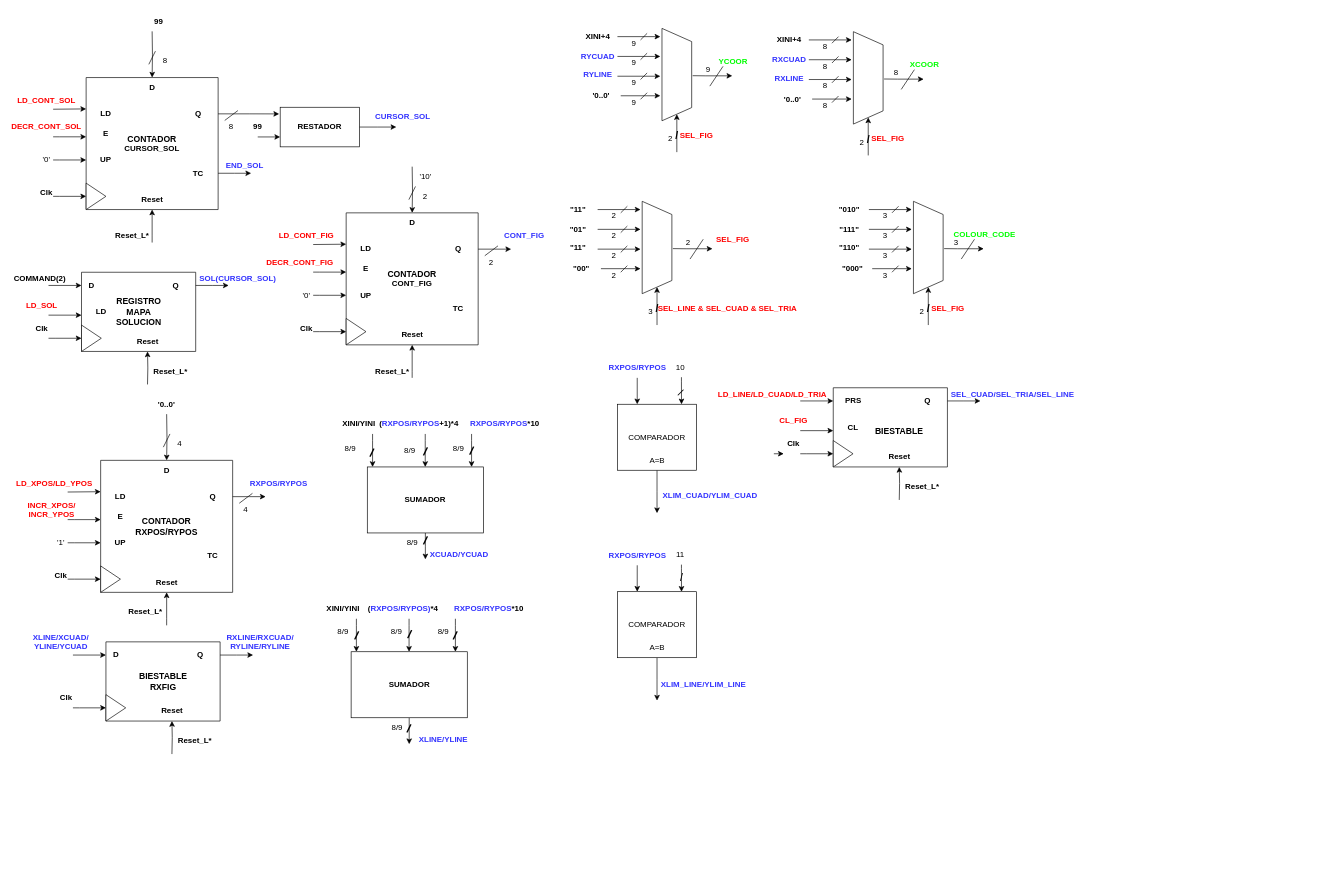
The draw.io diagram DiagramasDisenio/FicherosDrawio/NONO_GRAPHICS_UP.drawio in DASDNonograma/Nonograma, before the edit. Source tidied: cells renumbered, new cells numbered last; positions are measured from the earlier drawing's top-left corner, leaving out a move shared by most shapes. Both pictures are drawn from the tidied source at 66%, with x=0, y=0 at pixel (12, 11).
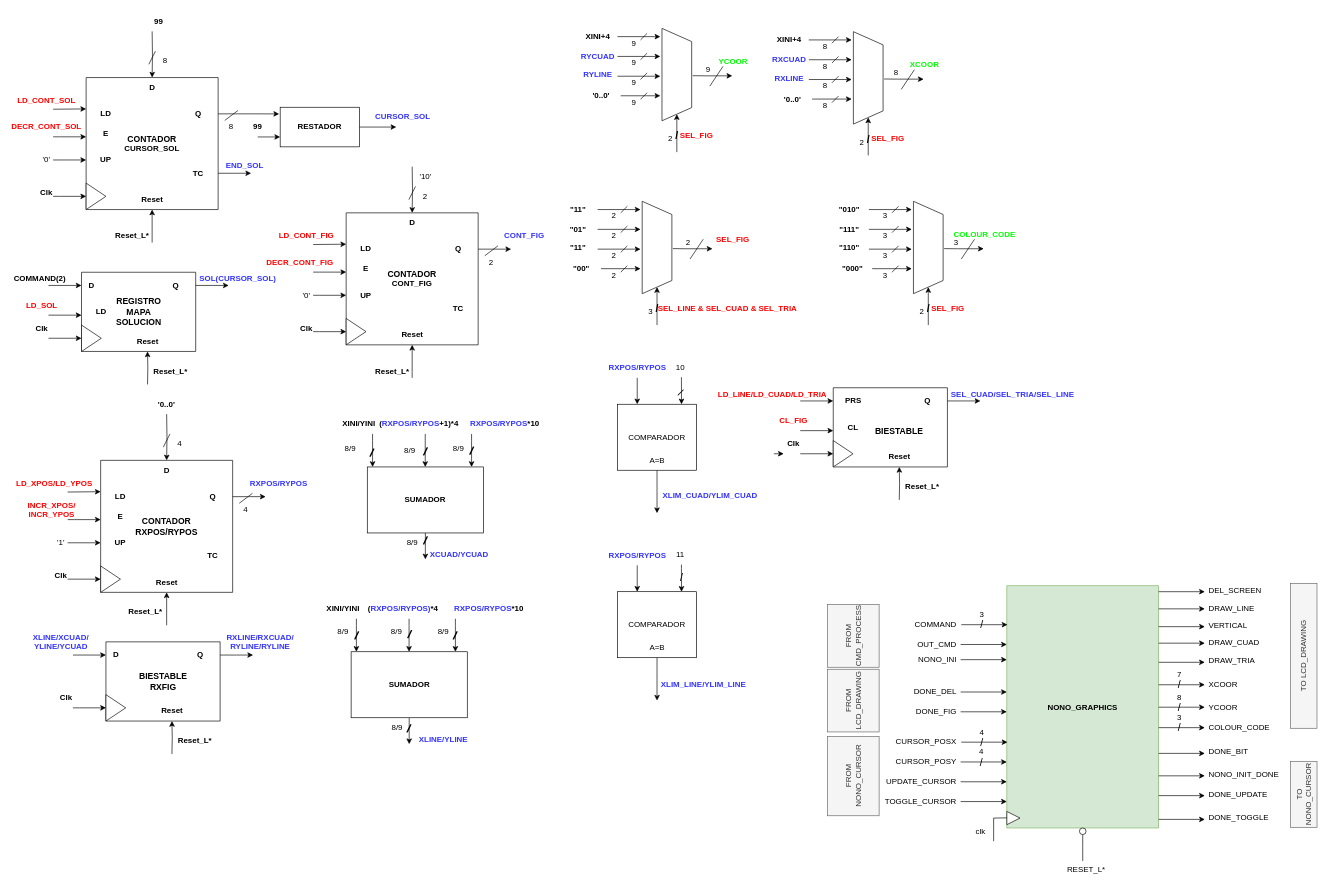
Above is the later version.

Change to the diagram source:
```diff
@@
+    <mxCell id="293" value="NONO_GRAPHICS" style="rounded=0;whiteSpace=wrap;html=1;fontStyle=1;fillColor=#d5e8d4;strokeColor=#82b366;" parent="1" vertex="1">
+      <mxGeometry x="1507" y="870" width="230" height="367" as="geometry" />
+    </mxCell>
+    <mxCell id="294" style="triangle;whiteSpace=wrap;html=1;" parent="1" vertex="1">
+      <mxGeometry x="1507" y="1212" width="20" height="20" as="geometry" />
+    </mxCell>
+    <mxCell id="295" style="edgeStyle=none;orthogonalLoop=1;jettySize=auto;html=1;rounded=0;endArrow=none;endFill=0;" parent="1" edge="1">
+      <mxGeometry relative="1" as="geometry">
+        <mxPoint x="1487" y="1257" as="sourcePoint" />
+        <mxPoint x="1507" y="1221.7" as="targetPoint" />
+        <Array as="points">
+          <mxPoint x="1487" y="1222" />
+        </Array>
+      </mxGeometry>
+    </mxCell>
+    <mxCell id="296" value="clk" style="text;html=1;align=center;verticalAlign=middle;strokeColor=none;fillColor=none;" parent="1" vertex="1">
+      <mxGeometry x="1447" y="1227" width="40" height="30" as="geometry" />
+    </mxCell>
+    <mxCell id="297" style="edgeStyle=orthogonalEdgeStyle;rounded=0;jettySize=auto;html=1;startArrow=none;startFill=0;endArrow=none;endFill=0;" parent="1" edge="1" source="298">
+      <mxGeometry relative="1" as="geometry">
+        <mxPoint x="1622" y="1287" as="targetPoint" />
+      </mxGeometry>
+    </mxCell>
+    <mxCell id="298" style="ellipse;whiteSpace=wrap;html=1;" parent="1" vertex="1">
+      <mxGeometry x="1617" y="1237" width="10" height="10" as="geometry" />
+    </mxCell>
+    <mxCell id="299" value="RESET_L*" style="text;html=1;align=center;verticalAlign=middle;strokeColor=none;fillColor=none;" parent="1" vertex="1">
+      <mxGeometry x="1587" y="1285" width="80" height="30" as="geometry" />
+    </mxCell>
+    <mxCell id="300" style="edgeStyle=none;orthogonalLoop=1;jettySize=auto;html=1;rounded=0;" parent="1" edge="1">
+      <mxGeometry relative="1" as="geometry">
+        <mxPoint x="1438" y="929" as="sourcePoint" />
+        <mxPoint x="1508" y="929" as="targetPoint" />
+      </mxGeometry>
+    </mxCell>
+    <mxCell id="301" value="/" style="text;html=1;align=center;verticalAlign=middle;strokeColor=none;fillColor=none;fontStyle=0;fontSize=16;" parent="1" vertex="1">
+      <mxGeometry x="1454" y="914" width="30" height="30" as="geometry" />
+    </mxCell>
+    <mxCell id="302" value="3" style="text;html=1;align=center;verticalAlign=middle;strokeColor=none;fillColor=none;" parent="1" vertex="1">
+      <mxGeometry x="1454" y="899" width="30" height="30" as="geometry" />
+    </mxCell>
+    <mxCell id="303" style="edgeStyle=none;orthogonalLoop=1;jettySize=auto;html=1;rounded=0;" parent="1" edge="1">
+      <mxGeometry relative="1" as="geometry">
+        <mxPoint x="1437" y="959" as="sourcePoint" />
+        <mxPoint x="1507" y="959" as="targetPoint" />
+      </mxGeometry>
+    </mxCell>
+    <mxCell id="304" value="OUT_CMD" style="text;html=1;align=right;verticalAlign=middle;strokeColor=none;fillColor=none;" parent="1" vertex="1">
+      <mxGeometry x="1352" y="944" width="80" height="30" as="geometry" />
+    </mxCell>
+    <mxCell id="305" style="edgeStyle=none;orthogonalLoop=1;jettySize=auto;html=1;rounded=0;" parent="1" edge="1">
+      <mxGeometry relative="1" as="geometry">
+        <mxPoint x="1437" y="1031" as="sourcePoint" />
+        <mxPoint x="1507" y="1031" as="targetPoint" />
+      </mxGeometry>
+    </mxCell>
+    <mxCell id="306" value="DONE_DEL" style="text;html=1;align=right;verticalAlign=middle;strokeColor=none;fillColor=none;" parent="1" vertex="1">
+      <mxGeometry x="1342" y="1016" width="90" height="30" as="geometry" />
+    </mxCell>
+    <mxCell id="307" value="COMMAND" style="text;html=1;align=right;verticalAlign=middle;strokeColor=none;fillColor=none;" parent="1" vertex="1">
+      <mxGeometry x="1342" y="914" width="90" height="30" as="geometry" />
+    </mxCell>
+    <mxCell id="308" style="edgeStyle=none;orthogonalLoop=1;jettySize=auto;html=1;rounded=0;" parent="1" edge="1">
+      <mxGeometry relative="1" as="geometry">
+        <mxPoint x="1437" y="1061" as="sourcePoint" />
+        <mxPoint x="1507" y="1061" as="targetPoint" />
+      </mxGeometry>
+    </mxCell>
+    <mxCell id="309" value="DONE_FIG" style="text;html=1;align=right;verticalAlign=middle;strokeColor=none;fillColor=none;" parent="1" vertex="1">
+      <mxGeometry x="1352" y="1046" width="80" height="30" as="geometry" />
+    </mxCell>
+    <mxCell id="310" style="edgeStyle=none;orthogonalLoop=1;jettySize=auto;html=1;rounded=0;" parent="1" edge="1">
+      <mxGeometry relative="1" as="geometry">
+        <mxPoint x="1438" y="1107" as="sourcePoint" />
+        <mxPoint x="1508" y="1107" as="targetPoint" />
+      </mxGeometry>
+    </mxCell>
+    <mxCell id="311" value="/" style="text;html=1;align=center;verticalAlign=middle;strokeColor=none;fillColor=none;fontStyle=0;fontSize=16;" parent="1" vertex="1">
+      <mxGeometry x="1454" y="1092" width="30" height="30" as="geometry" />
+    </mxCell>
+    <mxCell id="312" value="4" style="text;html=1;align=center;verticalAlign=middle;strokeColor=none;fillColor=none;" parent="1" vertex="1">
+      <mxGeometry x="1454" y="1077" width="30" height="30" as="geometry" />
+    </mxCell>
+    <mxCell id="313" value="CURSOR_POSX" style="text;html=1;align=right;verticalAlign=middle;strokeColor=none;fillColor=none;" parent="1" vertex="1">
+      <mxGeometry x="1312" y="1092" width="120" height="30" as="geometry" />
+    </mxCell>
+    <mxCell id="314" style="edgeStyle=none;orthogonalLoop=1;jettySize=auto;html=1;rounded=0;" parent="1" edge="1">
+      <mxGeometry relative="1" as="geometry">
+        <mxPoint x="1437" y="1137" as="sourcePoint" />
+        <mxPoint x="1507" y="1137" as="targetPoint" />
+      </mxGeometry>
+    </mxCell>
+    <mxCell id="315" value="/" style="text;html=1;align=center;verticalAlign=middle;strokeColor=none;fillColor=none;fontStyle=0;fontSize=16;" parent="1" vertex="1">
+      <mxGeometry x="1453" y="1122" width="30" height="30" as="geometry" />
+    </mxCell>
+    <mxCell id="316" value="4" style="text;html=1;align=center;verticalAlign=middle;strokeColor=none;fillColor=none;" parent="1" vertex="1">
+      <mxGeometry x="1453" y="1107" width="30" height="30" as="geometry" />
+    </mxCell>
+    <mxCell id="317" value="CURSOR_POSY" style="text;html=1;align=right;verticalAlign=middle;strokeColor=none;fillColor=none;" parent="1" vertex="1">
+      <mxGeometry x="1312" y="1122" width="120" height="30" as="geometry" />
+    </mxCell>
+    <mxCell id="318" style="edgeStyle=none;orthogonalLoop=1;jettySize=auto;html=1;rounded=0;" parent="1" edge="1">
+      <mxGeometry relative="1" as="geometry">
+        <mxPoint x="1437" y="1167" as="sourcePoint" />
+        <mxPoint x="1507" y="1167" as="targetPoint" />
+      </mxGeometry>
+    </mxCell>
+    <mxCell id="319" value="UPDATE_CURSOR" style="text;html=1;align=right;verticalAlign=middle;strokeColor=none;fillColor=none;" parent="1" vertex="1">
+      <mxGeometry x="1302" y="1152" width="130" height="30" as="geometry" />
+    </mxCell>
+    <mxCell id="320" style="edgeStyle=none;orthogonalLoop=1;jettySize=auto;html=1;rounded=0;" parent="1" edge="1">
+      <mxGeometry relative="1" as="geometry">
+        <mxPoint x="1437" y="1197" as="sourcePoint" />
+        <mxPoint x="1507" y="1197" as="targetPoint" />
+      </mxGeometry>
+    </mxCell>
+    <mxCell id="321" value="TOGGLE_CURSOR" style="text;html=1;align=right;verticalAlign=middle;strokeColor=none;fillColor=none;" parent="1" vertex="1">
+      <mxGeometry x="1302" y="1182" width="130" height="30" as="geometry" />
+    </mxCell>
+    <mxCell id="322" style="edgeStyle=none;orthogonalLoop=1;jettySize=auto;html=1;rounded=0;" parent="1" edge="1">
+      <mxGeometry relative="1" as="geometry">
+        <mxPoint x="1437" y="982" as="sourcePoint" />
+        <mxPoint x="1507" y="982" as="targetPoint" />
+      </mxGeometry>
+    </mxCell>
+    <mxCell id="323" value="NONO_INI" style="text;html=1;align=right;verticalAlign=middle;strokeColor=none;fillColor=none;" parent="1" vertex="1">
+      <mxGeometry x="1352" y="967" width="80" height="30" as="geometry" />
+    </mxCell>
+    <mxCell id="324" style="edgeStyle=none;orthogonalLoop=1;jettySize=auto;html=1;rounded=0;" parent="1" edge="1">
+      <mxGeometry relative="1" as="geometry">
+        <mxPoint x="1737" y="1158" as="sourcePoint" />
+        <mxPoint x="1807" y="1158" as="targetPoint" />
+      </mxGeometry>
+    </mxCell>
+    <mxCell id="325" value="NONO_INIT_DONE" style="text;html=1;align=left;verticalAlign=middle;strokeColor=none;fillColor=none;" parent="1" vertex="1">
+      <mxGeometry x="1811" y="1141" width="130" height="30" as="geometry" />
+    </mxCell>
+    <mxCell id="326" style="edgeStyle=none;orthogonalLoop=1;jettySize=auto;html=1;rounded=0;" parent="1" edge="1">
+      <mxGeometry relative="1" as="geometry">
+        <mxPoint x="1737" y="905" as="sourcePoint" />
+        <mxPoint x="1807" y="905" as="targetPoint" />
+      </mxGeometry>
+    </mxCell>
+    <mxCell id="327" value="DRAW_LINE" style="text;html=1;align=left;verticalAlign=middle;strokeColor=none;fillColor=none;" parent="1" vertex="1">
+      <mxGeometry x="1811" y="889" width="90" height="30" as="geometry" />
+    </mxCell>
+    <mxCell id="328" style="edgeStyle=none;orthogonalLoop=1;jettySize=auto;html=1;rounded=0;" parent="1" edge="1">
+      <mxGeometry relative="1" as="geometry">
+        <mxPoint x="1737" y="957" as="sourcePoint" />
+        <mxPoint x="1807" y="957" as="targetPoint" />
+      </mxGeometry>
+    </mxCell>
+    <mxCell id="329" value="DRAW_CUAD" style="text;html=1;align=left;verticalAlign=middle;strokeColor=none;fillColor=none;" parent="1" vertex="1">
+      <mxGeometry x="1811" y="942" width="100" height="30" as="geometry" />
+    </mxCell>
+    <mxCell id="330" style="edgeStyle=none;orthogonalLoop=1;jettySize=auto;html=1;rounded=0;" parent="1" edge="1">
+      <mxGeometry relative="1" as="geometry">
+        <mxPoint x="1737" y="986" as="sourcePoint" />
+        <mxPoint x="1807" y="986" as="targetPoint" />
+      </mxGeometry>
+    </mxCell>
+    <mxCell id="331" value="DRAW_TRIA" style="text;html=1;align=left;verticalAlign=middle;strokeColor=none;fillColor=none;" parent="1" vertex="1">
+      <mxGeometry x="1811" y="969" width="90" height="30" as="geometry" />
+    </mxCell>
+    <mxCell id="332" style="edgeStyle=none;orthogonalLoop=1;jettySize=auto;html=1;rounded=0;" parent="1" edge="1">
+      <mxGeometry relative="1" as="geometry">
+        <mxPoint x="1737" y="1020" as="sourcePoint" />
+        <mxPoint x="1807" y="1020" as="targetPoint" />
+      </mxGeometry>
+    </mxCell>
+    <mxCell id="333" value="/" style="text;html=1;align=center;verticalAlign=middle;strokeColor=none;fillColor=none;fontStyle=0;fontSize=16;" parent="1" vertex="1">
+      <mxGeometry x="1753" y="1005" width="30" height="30" as="geometry" />
+    </mxCell>
+    <mxCell id="334" value="7" style="text;html=1;align=center;verticalAlign=middle;strokeColor=none;fillColor=none;" parent="1" vertex="1">
+      <mxGeometry x="1753" y="990" width="30" height="30" as="geometry" />
+    </mxCell>
+    <mxCell id="335" value="XCOOR" style="text;html=1;align=left;verticalAlign=middle;strokeColor=none;fillColor=none;" parent="1" vertex="1">
+      <mxGeometry x="1811" y="1005" width="70" height="30" as="geometry" />
+    </mxCell>
+    <mxCell id="336" style="edgeStyle=none;orthogonalLoop=1;jettySize=auto;html=1;rounded=0;" parent="1" edge="1">
+      <mxGeometry relative="1" as="geometry">
+        <mxPoint x="1737" y="1054" as="sourcePoint" />
+        <mxPoint x="1807" y="1054" as="targetPoint" />
+      </mxGeometry>
+    </mxCell>
+    <mxCell id="337" value="/" style="text;html=1;align=center;verticalAlign=middle;strokeColor=none;fillColor=none;fontStyle=0;fontSize=16;" parent="1" vertex="1">
+      <mxGeometry x="1753" y="1039" width="30" height="30" as="geometry" />
+    </mxCell>
+    <mxCell id="338" value="8" style="text;html=1;align=center;verticalAlign=middle;strokeColor=none;fillColor=none;" parent="1" vertex="1">
+      <mxGeometry x="1753" y="1024" width="30" height="30" as="geometry" />
+    </mxCell>
+    <mxCell id="339" value="YCOOR" style="text;html=1;align=left;verticalAlign=middle;strokeColor=none;fillColor=none;" parent="1" vertex="1">
+      <mxGeometry x="1811" y="1039" width="70" height="30" as="geometry" />
+    </mxCell>
+    <mxCell id="340" style="edgeStyle=none;orthogonalLoop=1;jettySize=auto;html=1;rounded=0;" parent="1" edge="1">
+      <mxGeometry relative="1" as="geometry">
+        <mxPoint x="1737" y="879" as="sourcePoint" />
+        <mxPoint x="1807" y="879" as="targetPoint" />
+      </mxGeometry>
+    </mxCell>
+    <mxCell id="341" value="DEL_SCREEN" style="text;html=1;align=left;verticalAlign=middle;strokeColor=none;fillColor=none;" parent="1" vertex="1">
+      <mxGeometry x="1811" y="862" width="100" height="30" as="geometry" />
+    </mxCell>
+    <mxCell id="342" style="edgeStyle=none;orthogonalLoop=1;jettySize=auto;html=1;rounded=0;" parent="1" edge="1">
+      <mxGeometry relative="1" as="geometry">
+        <mxPoint x="1737" y="1188" as="sourcePoint" />
+        <mxPoint x="1807" y="1188" as="targetPoint" />
+      </mxGeometry>
+    </mxCell>
+    <mxCell id="343" value="DONE_UPDATE" style="text;html=1;align=left;verticalAlign=middle;strokeColor=none;fillColor=none;" parent="1" vertex="1">
+      <mxGeometry x="1811" y="1171" width="110" height="30" as="geometry" />
+    </mxCell>
+    <mxCell id="344" style="edgeStyle=none;orthogonalLoop=1;jettySize=auto;html=1;rounded=0;" parent="1" edge="1">
+      <mxGeometry relative="1" as="geometry">
+        <mxPoint x="1737" y="1224" as="sourcePoint" />
+        <mxPoint x="1807" y="1224" as="targetPoint" />
+      </mxGeometry>
+    </mxCell>
+    <mxCell id="345" value="DONE_TOGGLE" style="text;html=1;align=left;verticalAlign=middle;strokeColor=none;fillColor=none;" parent="1" vertex="1">
+      <mxGeometry x="1811" y="1207" width="110" height="30" as="geometry" />
+    </mxCell>
+    <mxCell id="346" value="TO LCD_DRAWING" style="whiteSpace=wrap;html=1;rotation=-90;fillColor=#f5f5f5;strokeColor=#666666;fontColor=#333333;" parent="1" vertex="1">
+      <mxGeometry x="1847.2" y="956.2" width="219.5" height="40" as="geometry" />
+    </mxCell>
+    <mxCell id="347" value="TO NONO_CURSOR" style="whiteSpace=wrap;html=1;rotation=-90;fillColor=#f5f5f5;strokeColor=#666666;fontColor=#333333;" parent="1" vertex="1">
+      <mxGeometry x="1907" y="1166" width="100" height="40" as="geometry" />
+    </mxCell>
+    <mxCell id="348" value="FROM LCD_DRAWING" style="whiteSpace=wrap;html=1;rotation=-90;fillColor=#f5f5f5;strokeColor=#666666;fontColor=#333333;" parent="1" vertex="1">
+      <mxGeometry x="1227" y="1005" width="95" height="78" as="geometry" />
+    </mxCell>
+    <mxCell id="349" value="FROM&lt;br&gt;CMD_PROCESS" style="whiteSpace=wrap;html=1;rotation=-90;fillColor=#f5f5f5;strokeColor=#666666;fontColor=#333333;" parent="1" vertex="1">
+      <mxGeometry x="1227" y="907" width="95" height="78" as="geometry" />
+    </mxCell>
+    <mxCell id="350" value="FROM NONO_CURSOR" style="whiteSpace=wrap;html=1;rotation=-90;fillColor=#f5f5f5;strokeColor=#666666;fontColor=#333333;" parent="1" vertex="1">
+      <mxGeometry x="1214.5" y="1119.5" width="120" height="78" as="geometry" />
+    </mxCell>
+    <mxCell id="351" style="edgeStyle=none;orthogonalLoop=1;jettySize=auto;html=1;rounded=0;" parent="1" edge="1">
+      <mxGeometry relative="1" as="geometry">
+        <mxPoint x="1737" y="1085" as="sourcePoint" />
+        <mxPoint x="1807" y="1085" as="targetPoint" />
+      </mxGeometry>
+    </mxCell>
+    <mxCell id="352" value="/" style="text;html=1;align=center;verticalAlign=middle;strokeColor=none;fillColor=none;fontStyle=0;fontSize=16;" parent="1" vertex="1">
+      <mxGeometry x="1753" y="1070" width="30" height="30" as="geometry" />
+    </mxCell>
+    <mxCell id="353" value="3" style="text;html=1;align=center;verticalAlign=middle;strokeColor=none;fillColor=none;" parent="1" vertex="1">
+      <mxGeometry x="1753" y="1055" width="30" height="30" as="geometry" />
+    </mxCell>
+    <mxCell id="354" value="COLOUR_CODE" style="text;html=1;align=left;verticalAlign=middle;strokeColor=none;fillColor=none;" parent="1" vertex="1">
+      <mxGeometry x="1811" y="1070" width="120" height="30" as="geometry" />
+    </mxCell>
+    <mxCell id="355" style="edgeStyle=none;orthogonalLoop=1;jettySize=auto;html=1;rounded=0;" parent="1" edge="1">
+      <mxGeometry relative="1" as="geometry">
+        <mxPoint x="1737" y="932" as="sourcePoint" />
+        <mxPoint x="1807" y="932" as="targetPoint" />
+      </mxGeometry>
+    </mxCell>
+    <mxCell id="356" value="VERTICAL" style="text;html=1;align=left;verticalAlign=middle;strokeColor=none;fillColor=none;" parent="1" vertex="1">
+      <mxGeometry x="1811" y="916" width="80" height="30" as="geometry" />
+    </mxCell>
+    <mxCell id="357" style="edgeStyle=none;orthogonalLoop=1;jettySize=auto;html=1;rounded=0;" parent="1" edge="1">
+      <mxGeometry relative="1" as="geometry">
+        <mxPoint x="1737" y="1124" as="sourcePoint" />
+        <mxPoint x="1807" y="1124" as="targetPoint" />
+      </mxGeometry>
+    </mxCell>
+    <mxCell id="358" value="DONE_BIT" style="text;html=1;align=left;verticalAlign=middle;strokeColor=none;fillColor=none;" parent="1" vertex="1">
+      <mxGeometry x="1811" y="1107" width="80" height="30" as="geometry" />
+    </mxCell>
```
